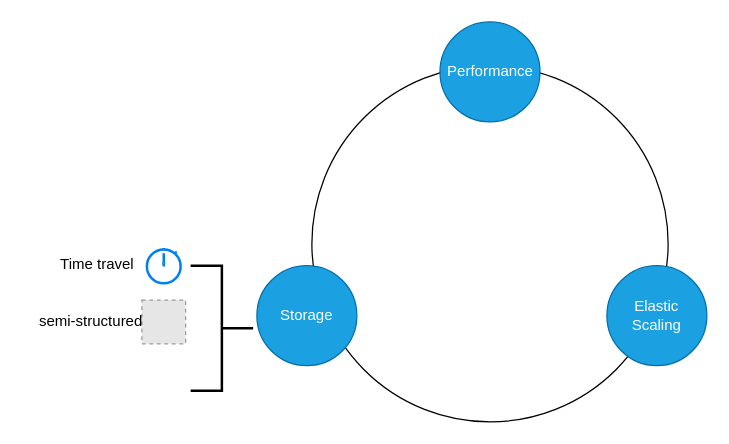
Earlier version of the draw.io diagram doc/databend-advantage.drawio (jackjoesh/databend). Source tidied: cells renumbered, new cells numbered last; positions are measured from the earlier drawing's top-left corner, leaving out a move shared by most shapes. Both pictures are drawn from the tidied source at 125%, with x=0, y=0 at pixel (21, 21). Pictures stored in the file or linked from it are replaced by grey dashed boxes.
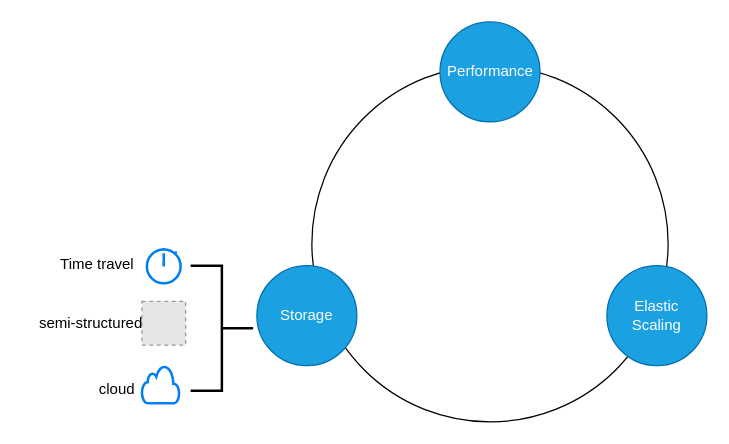
Above is the later version.

Change to the diagram source:
```diff
@@
 <mxGraphModel>
   <root>
     <mxCell id="0" />
     <mxCell id="1" parent="0" />
     <mxCell id="2" style="ellipse;whiteSpace=wrap;html=1;" parent="1" vertex="1">
       <mxGeometry x="232" y="35" width="285" height="285" as="geometry" />
     </mxCell>
     <mxCell id="3" value="Performance" style="ellipse;whiteSpace=wrap;html=1;fillColor=#1ba1e2;fontColor=#ffffff;strokeColor=#006EAF;" parent="1" vertex="1">
       <mxGeometry x="334.5" width="80" height="80" as="geometry" />
     </mxCell>
     <mxCell id="4" value="Storage" style="ellipse;whiteSpace=wrap;html=1;fillColor=#1ba1e2;fontColor=#ffffff;strokeColor=#006EAF;" parent="1" vertex="1">
       <mxGeometry x="188" y="195" width="80" height="80" as="geometry" />
     </mxCell>
     <mxCell id="5" value="Elastic Scaling" style="ellipse;whiteSpace=wrap;html=1;fillColor=#1ba1e2;fontColor=#ffffff;strokeColor=#006EAF;" parent="1" vertex="1">
       <mxGeometry x="468" y="195" width="80" height="80" as="geometry" />
     </mxCell>
     <mxCell id="6" style="strokeWidth=2;html=1;shape=mxgraph.flowchart.annotation_2;align=left;labelPosition=right;rotation=180;" parent="1" vertex="1">
       <mxGeometry x="135" y="195" width="50" height="100" as="geometry" />
     </mxCell>
     <mxCell id="7" style="html=1;verticalLabelPosition=bottom;align=center;labelBackgroundColor=#ffffff;verticalAlign=top;strokeWidth=2;strokeColor=#0080F0;shadow=0;dashed=0;shape=mxgraph.ios7.icons.stopwatch;" parent="1" vertex="1">
       <mxGeometry x="100" y="180.9" width="27" height="28.2" as="geometry" />
     </mxCell>
     <mxCell id="8" value="Time travel" style="text;html=1;align=center;verticalAlign=middle;strokeColor=none;fillColor=none;" parent="1" vertex="1">
       <mxGeometry x="20" y="179.1" width="80" height="30" as="geometry" />
     </mxCell>
     <mxCell id="9" style="fillColor=#E6E6E6;strokeColor=#999999;dashed=1;verticalLabelPosition=bottom;labelBackgroundColor=default;verticalAlign=top;" parent="1" vertex="1">
-      <mxGeometry x="96" y="222.5" width="35" height="35" as="geometry" />
+      <mxGeometry x="96" y="223.5" width="35" height="35" as="geometry" />
     </mxCell>
     <mxCell id="10" value="semi-structured" style="text;html=1;align=center;verticalAlign=middle;strokeColor=none;fillColor=none;" parent="1" vertex="1">
-      <mxGeometry y="225" width="110" height="30" as="geometry" />
+      <mxGeometry y="226" width="110" height="30" as="geometry" />
     </mxCell>
+    <mxCell id="11" style="html=1;verticalLabelPosition=bottom;align=center;labelBackgroundColor=#ffffff;verticalAlign=top;strokeWidth=2;strokeColor=#0080F0;shadow=0;dashed=0;shape=mxgraph.ios7.icons.cloud;" parent="1" vertex="1">
+      <mxGeometry x="96" y="275" width="30" height="30" as="geometry" />
+    </mxCell>
+    <mxCell id="12" value="cloud" style="text;whiteSpace=wrap;" parent="1" vertex="1">
+      <mxGeometry x="60" y="280" width="40" height="30" as="geometry" />
+    </mxCell>
   </root>
 </mxGraphModel>
```
